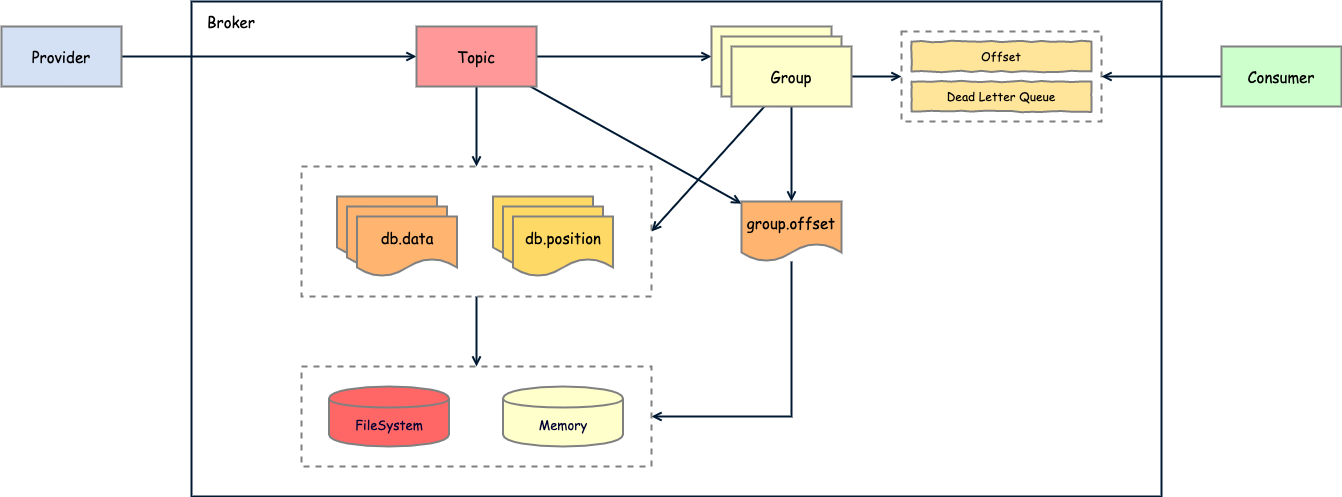
The draw.io diagram architecture.png in simyy/fantastic-mq, before a commit. Source tidied: cells renumbered, new cells last; positions are measured from the earlier drawing's top-left corner, leaving out a move shared by most shapes.
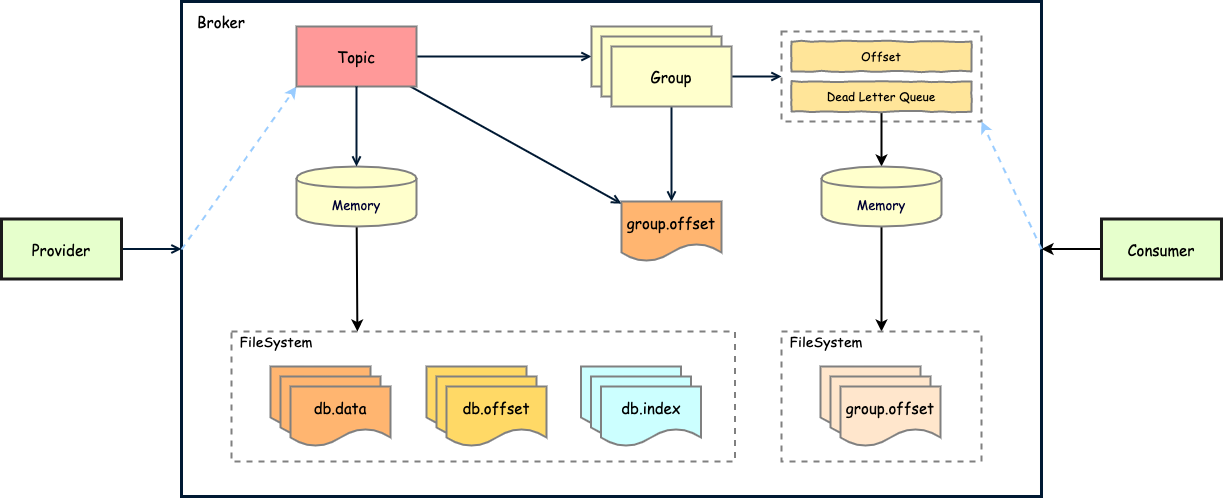
Later version of the same file.

Change to the diagram source:
```diff
@@ -2,36 +2,38 @@
   <root>
     <mxCell id="0" />
     <mxCell id="1" parent="0" />
-    <mxCell id="2" style="rounded=0;whiteSpace=wrap;html=1;strokeColor=#001933;strokeWidth=2;fillColor=none;gradientColor=none;" parent="1" vertex="1">
-      <mxGeometry x="190" width="970" height="495" as="geometry" />
+    <mxCell id="2" style="rounded=0;whiteSpace=wrap;html=1;strokeColor=#001933;strokeWidth=3;fillColor=none;gradientColor=none;" parent="1" vertex="1">
+      <mxGeometry x="300" width="860" height="495" as="geometry" />
     </mxCell>
     <mxCell id="3" style="rounded=0;whiteSpace=wrap;html=1;strokeColor=#808080;strokeWidth=2;fillColor=none;dashed=1;" parent="1" vertex="1">
       <mxGeometry x="900" y="30" width="200" height="90" as="geometry" />
     </mxCell>
-    <mxCell id="4" style="edgeStyle=orthogonalEdgeStyle;rounded=0;jettySize=auto;html=1;entryX=0.5;entryY=0;entryDx=0;entryDy=0;endArrow=open;endFill=0;strokeColor=#001933;strokeWidth=2;fontSize=13;fontColor=#000033;" parent="1" edge="1" source="5" target="30">
-      <mxGeometry relative="1" as="geometry" />
-    </mxCell>
     <mxCell id="5" style="rounded=0;whiteSpace=wrap;html=1;strokeColor=#808080;strokeWidth=2;fillColor=none;dashed=1;" parent="1" vertex="1">
-      <mxGeometry x="300" y="165" width="350" height="130" as="geometry" />
+      <mxGeometry x="350" y="330" width="503.5" height="130" as="geometry" />
     </mxCell>
-    <mxCell id="6" style="edgeStyle=none;rounded=0;jettySize=auto;html=1;entryX=0;entryY=0.5;entryDx=0;entryDy=0;endArrow=open;endFill=0;strokeColor=#001933;strokeWidth=2;fontSize=13;fontColor=#000033;" parent="1" edge="1" source="7" target="13">
+    <mxCell id="6" style="edgeStyle=none;rounded=0;jettySize=auto;html=1;endArrow=open;endFill=0;strokeColor=#001933;strokeWidth=2;fontSize=13;fontColor=#000033;" parent="1" edge="1" source="7" target="2">
       <mxGeometry relative="1" as="geometry" />
     </mxCell>
+    <mxCell id="34" style="edgeStyle=none;rounded=0;jettySize=auto;html=1;entryX=0;entryY=1;entryDx=0;entryDy=0;dashed=1;strokeColor=#99CCFF;strokeWidth=2;" parent="1" edge="1" target="13">
+      <mxGeometry relative="1" as="geometry">
+        <mxPoint x="300" y="248" as="sourcePoint" />
+      </mxGeometry>
+    </mxCell>
-    <mxCell id="7" value="&lt;font face=&quot;Comic Sans MS&quot; style=&quot;font-size: 15px&quot;&gt;Provider&lt;/font&gt;" style="rounded=0;whiteSpace=wrap;html=1;fillColor=#D4E1F5;strokeWidth=2;strokeColor=#808080;" parent="1" vertex="1">
-      <mxGeometry y="25" width="120" height="60" as="geometry" />
+    <mxCell id="7" value="&lt;font face=&quot;Comic Sans MS&quot; style=&quot;font-size: 15px&quot;&gt;Provider&lt;/font&gt;" style="rounded=0;whiteSpace=wrap;html=1;fillColor=#E6FFCC;strokeWidth=3;strokeColor=#1A1A1A;" parent="1" vertex="1">
+      <mxGeometry x="120" y="217.5" width="120" height="60" as="geometry" />
     </mxCell>
-    <mxCell id="8" style="rounded=0;jettySize=auto;html=1;entryX=1;entryY=0.5;entryDx=0;entryDy=0;endArrow=open;endFill=0;strokeColor=#001933;strokeWidth=2;fontSize=13;fontColor=#000033;" parent="1" edge="1" source="9" target="3">
-      <mxGeometry relative="1" as="geometry" />
-    </mxCell>
+    <mxCell id="35" style="edgeStyle=none;rounded=0;jettySize=auto;html=1;strokeColor=#000000;strokeWidth=2;" parent="1" edge="1" source="9" target="2">
+      <mxGeometry relative="1" as="geometry" />
+    </mxCell>
+    <mxCell id="36" style="edgeStyle=none;rounded=0;jettySize=auto;html=1;entryX=1;entryY=1;entryDx=0;entryDy=0;strokeColor=#99CCFF;strokeWidth=2;dashed=1;exitX=1;exitY=0.5;exitDx=0;exitDy=0;" parent="1" edge="1" source="2" target="3">
+      <mxGeometry relative="1" as="geometry" />
+    </mxCell>
-    <mxCell id="9" value="&lt;font face=&quot;Comic Sans MS&quot; style=&quot;font-size: 15px&quot;&gt;Consumer&lt;/font&gt;" style="rounded=0;whiteSpace=wrap;html=1;fillColor=#CCFFCC;strokeWidth=2;strokeColor=#808080;" parent="1" vertex="1">
-      <mxGeometry x="1220" y="45" width="120" height="60" as="geometry" />
+    <mxCell id="9" value="&lt;font face=&quot;Comic Sans MS&quot; style=&quot;font-size: 15px&quot;&gt;Consumer&lt;/font&gt;" style="rounded=0;whiteSpace=wrap;html=1;fillColor=#E6FFCC;strokeWidth=3;strokeColor=#1A1A1A;" parent="1" vertex="1">
+      <mxGeometry x="1220" y="217.5" width="120" height="60" as="geometry" />
     </mxCell>
     <mxCell id="10" style="rounded=0;jettySize=auto;html=1;entryX=0;entryY=0.5;entryDx=0;entryDy=0;endArrow=open;endFill=0;strokeWidth=2;strokeColor=#001933;" parent="1" edge="1" source="13" target="14">
       <mxGeometry relative="1" as="geometry" />
     </mxCell>
-    <mxCell id="11" style="edgeStyle=none;rounded=0;jettySize=auto;html=1;entryX=0.5;entryY=0;entryDx=0;entryDy=0;endArrow=open;endFill=0;strokeColor=#001933;strokeWidth=2;" parent="1" edge="1" source="13" target="5">
-      <mxGeometry relative="1" as="geometry" />
-    </mxCell>
     <mxCell id="12" style="rounded=0;jettySize=auto;html=1;endArrow=open;endFill=0;strokeColor=#001933;strokeWidth=2;fontSize=13;fontColor=#000033;" parent="1" edge="1" source="13" target="29">
       <mxGeometry relative="1" as="geometry" />
     </mxCell>
@@ -50,57 +52,83 @@
     <mxCell id="17" style="edgeStyle=orthogonalEdgeStyle;rounded=0;jettySize=auto;html=1;entryX=0;entryY=0.5;entryDx=0;entryDy=0;endArrow=open;endFill=0;strokeColor=#001933;strokeWidth=2;fontSize=13;fontColor=#000033;" parent="1" edge="1" source="19" target="3">
       <mxGeometry relative="1" as="geometry" />
     </mxCell>
-    <mxCell id="18" style="edgeStyle=none;rounded=0;jettySize=auto;html=1;entryX=1;entryY=0.5;entryDx=0;entryDy=0;endArrow=open;endFill=0;strokeColor=#001933;strokeWidth=2;fontSize=13;fontColor=#000033;" parent="1" edge="1" source="19" target="5">
-      <mxGeometry relative="1" as="geometry" />
-    </mxCell>
     <mxCell id="19" value="&lt;font face=&quot;Comic Sans MS&quot; style=&quot;font-size: 15px&quot;&gt;Group&lt;/font&gt;" style="rounded=0;whiteSpace=wrap;html=1;fillColor=#FFFFCC;strokeWidth=2;strokeColor=#808080;" parent="1" vertex="1">
       <mxGeometry x="730" y="45" width="120" height="60" as="geometry" />
     </mxCell>
-    <mxCell id="20" value="&lt;font face=&quot;Comic Sans MS&quot; style=&quot;font-size: 13px;&quot;&gt;FileSystem&lt;/font&gt;" style="shape=cylinder;whiteSpace=wrap;html=1;boundedLbl=1;backgroundOutline=1;strokeColor=#808080;strokeWidth=2;fillColor=#FF6666;fontColor=#000033;fontSize=13;" parent="1" vertex="1">
-      <mxGeometry x="327.5" y="385" width="120" height="60" as="geometry" />
-    </mxCell>
     <mxCell id="21" value="&lt;font face=&quot;Comic Sans MS&quot; style=&quot;font-size: 15px&quot;&gt;db.data&lt;/font&gt;" style="shape=document;whiteSpace=wrap;html=1;boundedLbl=1;strokeColor=#808080;strokeWidth=2;fillColor=#FFB570;" parent="1" vertex="1">
-      <mxGeometry x="335.5" y="195" width="100" height="60" as="geometry" />
+      <mxGeometry x="389" y="365" width="100" height="60" as="geometry" />
     </mxCell>
     <mxCell id="22" value="&lt;font face=&quot;Comic Sans MS&quot; style=&quot;font-size: 15px&quot;&gt;db.data&lt;/font&gt;" style="shape=document;whiteSpace=wrap;html=1;boundedLbl=1;strokeColor=#808080;strokeWidth=2;fillColor=#FFB570;" parent="1" vertex="1">
-      <mxGeometry x="345.5" y="205" width="100" height="60" as="geometry" />
+      <mxGeometry x="399" y="375" width="100" height="60" as="geometry" />
     </mxCell>
     <mxCell id="23" value="&lt;font face=&quot;Comic Sans MS&quot; style=&quot;font-size: 15px&quot;&gt;db.data&lt;/font&gt;" style="shape=document;whiteSpace=wrap;html=1;boundedLbl=1;strokeColor=#808080;strokeWidth=2;fillColor=#FFB570;" parent="1" vertex="1">
-      <mxGeometry x="355.5" y="215" width="100" height="60" as="geometry" />
+      <mxGeometry x="409" y="385" width="100" height="60" as="geometry" />
     </mxCell>
     <mxCell id="24" value="&lt;font face=&quot;Comic Sans MS&quot;&gt;&lt;span style=&quot;font-size: 15px&quot;&gt;db.position&lt;/span&gt;&lt;/font&gt;" style="shape=document;whiteSpace=wrap;html=1;boundedLbl=1;strokeColor=#808080;strokeWidth=2;fillColor=#FFD966;" parent="1" vertex="1">
-      <mxGeometry x="491.5" y="195" width="100" height="60" as="geometry" />
+      <mxGeometry x="545" y="365" width="100" height="60" as="geometry" />
     </mxCell>
     <mxCell id="25" value="&lt;font face=&quot;Comic Sans MS&quot;&gt;&lt;span style=&quot;font-size: 15px&quot;&gt;db.position&lt;/span&gt;&lt;/font&gt;" style="shape=document;whiteSpace=wrap;html=1;boundedLbl=1;strokeColor=#808080;strokeWidth=2;fillColor=#FFD966;" parent="1" vertex="1">
-      <mxGeometry x="501.5" y="205" width="100" height="60" as="geometry" />
+      <mxGeometry x="555" y="375" width="100" height="60" as="geometry" />
     </mxCell>
-    <mxCell id="26" value="&lt;font face=&quot;Comic Sans MS&quot;&gt;&lt;span style=&quot;font-size: 15px&quot;&gt;db.position&lt;/span&gt;&lt;/font&gt;" style="shape=document;whiteSpace=wrap;html=1;boundedLbl=1;strokeColor=#808080;strokeWidth=2;fillColor=#FFD966;" parent="1" vertex="1">
-      <mxGeometry x="511.5" y="215" width="100" height="60" as="geometry" />
+    <mxCell id="26" value="&lt;font face=&quot;Comic Sans MS&quot;&gt;&lt;span style=&quot;font-size: 15px&quot;&gt;db.offset&lt;/span&gt;&lt;/font&gt;" style="shape=document;whiteSpace=wrap;html=1;boundedLbl=1;strokeColor=#808080;strokeWidth=2;fillColor=#FFD966;" parent="1" vertex="1">
+      <mxGeometry x="565" y="385" width="100" height="60" as="geometry" />
     </mxCell>
+    <mxCell id="37" style="rounded=0;jettySize=auto;html=1;entryX=0.25;entryY=0;entryDx=0;entryDy=0;strokeColor=#000000;strokeWidth=2;" parent="1" edge="1" source="27" target="5">
+      <mxGeometry relative="1" as="geometry" />
+    </mxCell>
     <mxCell id="27" value="&lt;font face=&quot;Comic Sans MS&quot; style=&quot;font-size: 13px;&quot;&gt;Memory&lt;/font&gt;" style="shape=cylinder;whiteSpace=wrap;html=1;boundedLbl=1;backgroundOutline=1;strokeColor=#808080;strokeWidth=2;fillColor=#FFFFCC;fontColor=#000033;fontSize=13;" parent="1" vertex="1">
-      <mxGeometry x="501.5" y="385" width="120" height="60" as="geometry" />
+      <mxGeometry x="415" y="165" width="120" height="60" as="geometry" />
     </mxCell>
-    <mxCell id="28" style="edgeStyle=orthogonalEdgeStyle;rounded=0;jettySize=auto;html=1;entryX=1;entryY=0.5;entryDx=0;entryDy=0;endArrow=open;endFill=0;strokeColor=#001933;strokeWidth=2;fontSize=13;fontColor=#000033;" parent="1" edge="1" source="29" target="30">
-      <mxGeometry relative="1" as="geometry">
-        <Array as="points">
-          <mxPoint x="790" y="415" />
-        </Array>
-      </mxGeometry>
-    </mxCell>
     <mxCell id="29" value="&lt;font face=&quot;Comic Sans MS&quot; style=&quot;font-size: 15px&quot;&gt;group.offset&lt;/font&gt;" style="shape=document;whiteSpace=wrap;html=1;boundedLbl=1;strokeColor=#808080;strokeWidth=2;fillColor=#FFB570;" parent="1" vertex="1">
       <mxGeometry x="740" y="200" width="100" height="60" as="geometry" />
     </mxCell>
-    <mxCell id="30" style="rounded=0;whiteSpace=wrap;html=1;strokeColor=#808080;strokeWidth=2;fillColor=none;dashed=1;" parent="1" vertex="1">
-      <mxGeometry x="300" y="365" width="350" height="100" as="geometry" />
-    </mxCell>
     <mxCell id="31" value="&lt;font face=&quot;Comic Sans MS&quot; style=&quot;font-size: 12px&quot;&gt;Offset&lt;/font&gt;" style="rounded=0;whiteSpace=wrap;html=1;fillColor=#FFE599;strokeWidth=2;strokeColor=#808080;comic=1;" parent="1" vertex="1">
       <mxGeometry x="910" y="40" width="180" height="30" as="geometry" />
     </mxCell>
+    <mxCell id="38" style="edgeStyle=none;rounded=0;jettySize=auto;html=1;entryX=0.5;entryY=0;entryDx=0;entryDy=0;strokeColor=#000000;strokeWidth=2;" parent="1" edge="1" source="32" target="45">
+      <mxGeometry relative="1" as="geometry" />
+    </mxCell>
     <mxCell id="32" value="&lt;font face=&quot;Comic Sans MS&quot; style=&quot;font-size: 12px&quot;&gt;Dead Letter Queue&lt;/font&gt;" style="rounded=0;whiteSpace=wrap;html=1;fillColor=#FFE599;strokeWidth=2;strokeColor=#808080;comic=1;" parent="1" vertex="1">
       <mxGeometry x="910" y="80" width="180" height="30" as="geometry" />
     </mxCell>
     <mxCell id="33" value="&lt;span style=&quot;color: rgb(0 , 0 , 0) ; font-family: &amp;#34;comic sans ms&amp;#34; ; font-size: 15px&quot;&gt;Broker&lt;/span&gt;" style="text;html=1;strokeColor=none;fillColor=none;align=center;verticalAlign=middle;whiteSpace=wrap;rounded=0;comic=1;fontSize=13;fontColor=#000033;" parent="1" vertex="1">
-      <mxGeometry x="210" y="10" width="40" height="20" as="geometry" />
+      <mxGeometry x="320" y="10" width="40" height="20" as="geometry" />
     </mxCell>
+    <mxCell id="39" style="rounded=0;jettySize=auto;html=1;endArrow=open;endFill=0;strokeColor=#001933;strokeWidth=2;fontSize=13;fontColor=#000033;entryX=0.5;entryY=0;entryDx=0;entryDy=0;exitX=0.5;exitY=1;exitDx=0;exitDy=0;" parent="1" edge="1" source="13" target="27">
+      <mxGeometry relative="1" as="geometry" />
+    </mxCell>
+    <mxCell id="40" value="&lt;span style=&quot;color: rgb(0 , 0 , 0) ; font-family: &amp;#34;comic sans ms&amp;#34;&quot;&gt;&lt;font style=&quot;font-size: 14px&quot;&gt;FileSystem&lt;/font&gt;&lt;/span&gt;" style="text;html=1;strokeColor=none;fillColor=none;align=center;verticalAlign=middle;whiteSpace=wrap;rounded=0;comic=1;fontSize=13;fontColor=#000033;" parent="1" vertex="1">
+      <mxGeometry x="375" y="330" width="40" height="20" as="geometry" />
+    </mxCell>
+    <mxCell id="41" value="&lt;font face=&quot;Comic Sans MS&quot;&gt;&lt;span style=&quot;font-size: 15px&quot;&gt;db.position&lt;/span&gt;&lt;/font&gt;" style="shape=document;whiteSpace=wrap;html=1;boundedLbl=1;strokeColor=#808080;strokeWidth=2;fillColor=#CCFFFF;" parent="1" vertex="1">
+      <mxGeometry x="699.5" y="365" width="100" height="60" as="geometry" />
+    </mxCell>
+    <mxCell id="42" value="&lt;font face=&quot;Comic Sans MS&quot;&gt;&lt;span style=&quot;font-size: 15px&quot;&gt;db.position&lt;/span&gt;&lt;/font&gt;" style="shape=document;whiteSpace=wrap;html=1;boundedLbl=1;strokeColor=#808080;strokeWidth=2;fillColor=#CCFFFF;" parent="1" vertex="1">
+      <mxGeometry x="709.5" y="375" width="100" height="60" as="geometry" />
+    </mxCell>
+    <mxCell id="43" value="&lt;font face=&quot;Comic Sans MS&quot;&gt;&lt;span style=&quot;font-size: 15px&quot;&gt;db.index&lt;/span&gt;&lt;/font&gt;" style="shape=document;whiteSpace=wrap;html=1;boundedLbl=1;strokeColor=#808080;strokeWidth=2;fillColor=#CCFFFF;" parent="1" vertex="1">
+      <mxGeometry x="719.5" y="385" width="100" height="60" as="geometry" />
+    </mxCell>
+    <mxCell id="44" style="edgeStyle=none;rounded=0;jettySize=auto;html=1;entryX=0.5;entryY=0;entryDx=0;entryDy=0;strokeColor=#000000;strokeWidth=2;" parent="1" edge="1" source="45" target="46">
+      <mxGeometry relative="1" as="geometry" />
+    </mxCell>
+    <mxCell id="45" value="&lt;font face=&quot;Comic Sans MS&quot; style=&quot;font-size: 13px;&quot;&gt;Memory&lt;/font&gt;" style="shape=cylinder;whiteSpace=wrap;html=1;boundedLbl=1;backgroundOutline=1;strokeColor=#808080;strokeWidth=2;fillColor=#FFFFCC;fontColor=#000033;fontSize=13;" parent="1" vertex="1">
+      <mxGeometry x="940" y="165" width="120" height="60" as="geometry" />
+    </mxCell>
+    <mxCell id="46" style="rounded=0;whiteSpace=wrap;html=1;strokeColor=#808080;strokeWidth=2;fillColor=none;dashed=1;" parent="1" vertex="1">
+      <mxGeometry x="900" y="330" width="200" height="130" as="geometry" />
+    </mxCell>
+    <mxCell id="47" value="&lt;font face=&quot;Comic Sans MS&quot; style=&quot;font-size: 15px&quot;&gt;db.data&lt;/font&gt;" style="shape=document;whiteSpace=wrap;html=1;boundedLbl=1;strokeColor=#808080;strokeWidth=2;fillColor=#FFE6CC;" parent="1" vertex="1">
+      <mxGeometry x="939" y="365" width="100" height="60" as="geometry" />
+    </mxCell>
+    <mxCell id="48" value="&lt;font face=&quot;Comic Sans MS&quot; style=&quot;font-size: 15px&quot;&gt;db.data&lt;/font&gt;" style="shape=document;whiteSpace=wrap;html=1;boundedLbl=1;strokeColor=#808080;strokeWidth=2;fillColor=#FFE6CC;" parent="1" vertex="1">
+      <mxGeometry x="949" y="375" width="100" height="60" as="geometry" />
+    </mxCell>
+    <mxCell id="49" value="&lt;font face=&quot;Comic Sans MS&quot; style=&quot;font-size: 15px&quot;&gt;group.offset&lt;/font&gt;" style="shape=document;whiteSpace=wrap;html=1;boundedLbl=1;strokeColor=#808080;strokeWidth=2;fillColor=#FFE6CC;" parent="1" vertex="1">
+      <mxGeometry x="959" y="385" width="100" height="60" as="geometry" />
+    </mxCell>
+    <mxCell id="50" value="&lt;span style=&quot;color: rgb(0 , 0 , 0) ; font-family: &amp;#34;comic sans ms&amp;#34;&quot;&gt;&lt;font style=&quot;font-size: 14px&quot;&gt;FileSystem&lt;/font&gt;&lt;/span&gt;" style="text;html=1;strokeColor=none;fillColor=none;align=center;verticalAlign=middle;whiteSpace=wrap;rounded=0;comic=1;fontSize=13;fontColor=#000033;" parent="1" vertex="1">
+      <mxGeometry x="925" y="330" width="40" height="20" as="geometry" />
+    </mxCell>
   </root>
 </mxGraphModel>
```
